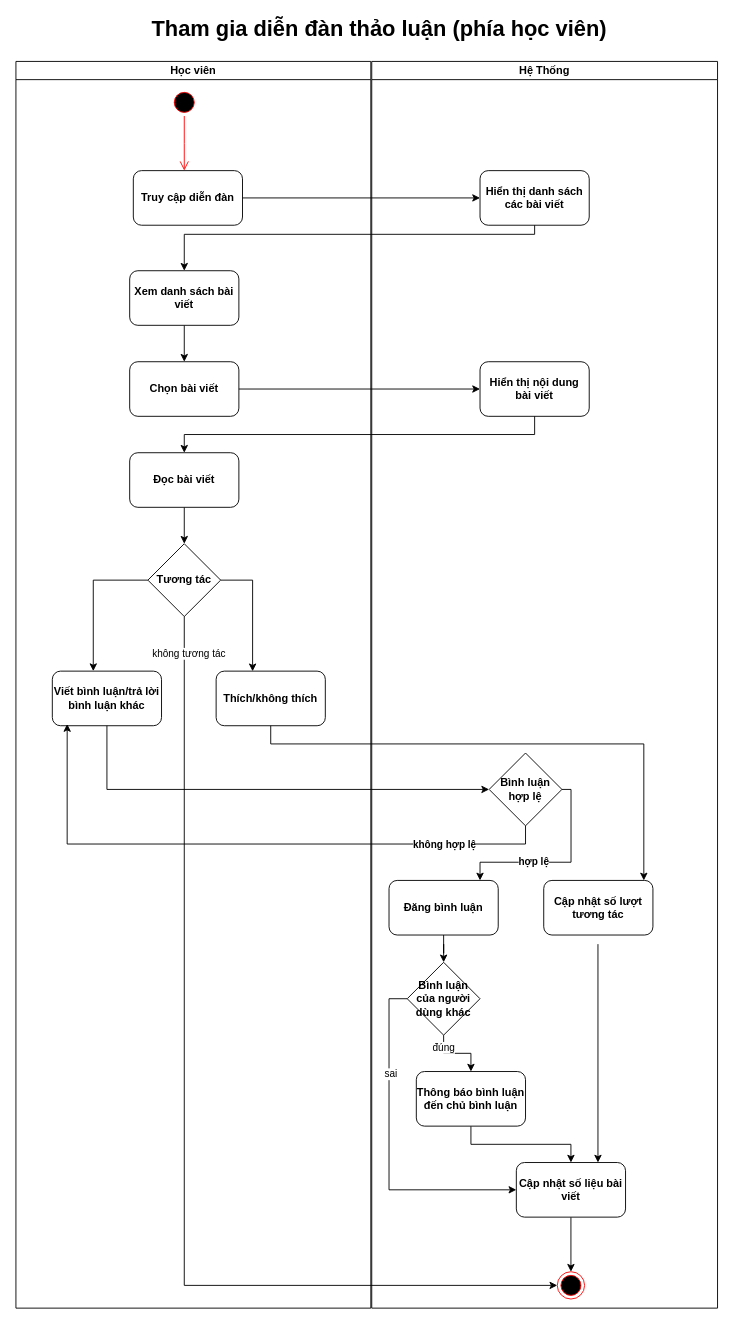
The draw.io diagram document/ActivityDiagram/ForumStudent-Activity.drawio in toniiplaycode/DNC-Learning, before the edit. Source tidied: cells renumbered, new cells numbered last; positions are measured from the earlier drawing's top-left corner, leaving out a move shared by most shapes. Both pictures are drawn from the tidied source at 91%, with x=0, y=0 at pixel (15, 15).
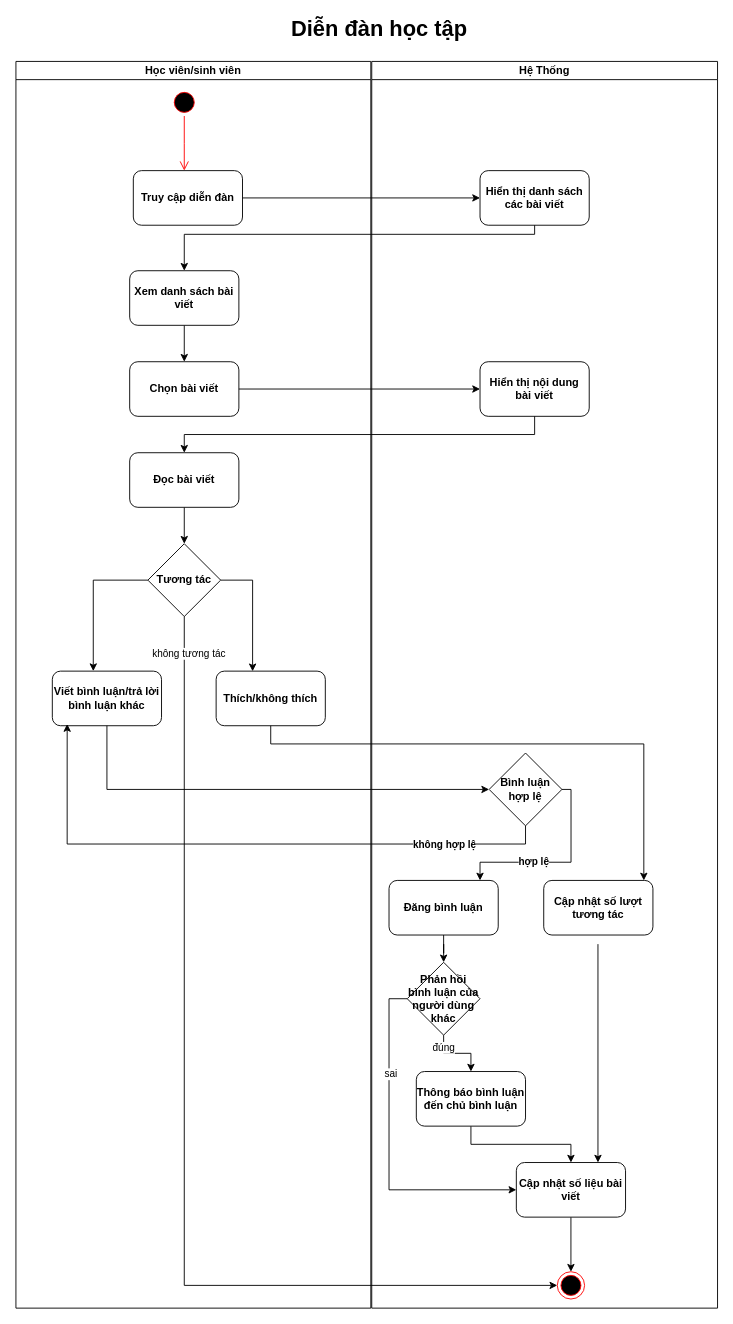
Above is the later version.

The change refers to these unchanged cells:
```xml
<mxCell id="16" value="Hệ Thống" style="swimlane;startSize=20;whiteSpace=wrap;html=1;fontStyle=1;" parent="1" vertex="1">
  <mxGeometry x="391" y="50" width="380" height="1370" as="geometry" />
</mxCell>
```

Change to the diagram source:
```diff
@@
-    <mxCell id="2" value="Học viên" style="swimlane;startSize=20;whiteSpace=wrap;html=1;fontStyle=1;" parent="1" vertex="1">
+    <mxCell id="2" value="Học viên/sinh viên" style="swimlane;startSize=20;whiteSpace=wrap;html=1;fontStyle=1;" parent="1" vertex="1">
       <mxGeometry y="50" width="390" height="1370" as="geometry" />
     </mxCell>
@@
-    <mxCell id="30" value="Bình luận của người dùng khác" style="rhombus;whiteSpace=wrap;html=1;fontStyle=1;" parent="16" vertex="1">
+    <mxCell id="30" value="Phản hồi bình luận của người dùng khác" style="rhombus;whiteSpace=wrap;html=1;fontStyle=1;" parent="16" vertex="1">
       <mxGeometry x="39" y="990" width="80" height="80" as="geometry" />
     </mxCell>
@@
-    <mxCell id="36" value="&lt;span style=&quot;font-size: 24px;&quot;&gt;Tham gia diễn đàn thảo luận (phía học viên)&lt;/span&gt;" style="text;html=1;align=center;verticalAlign=middle;whiteSpace=wrap;rounded=0;fontStyle=1;" parent="1" vertex="1">
+    <mxCell id="36" value="&lt;span style=&quot;font-size: 24px;&quot;&gt;Diễn đàn học tập&lt;/span&gt;" style="text;html=1;align=center;verticalAlign=middle;whiteSpace=wrap;rounded=0;fontStyle=1;" parent="1" vertex="1">
       <mxGeometry x="129" width="541" height="30" as="geometry" />
     </mxCell>
```
